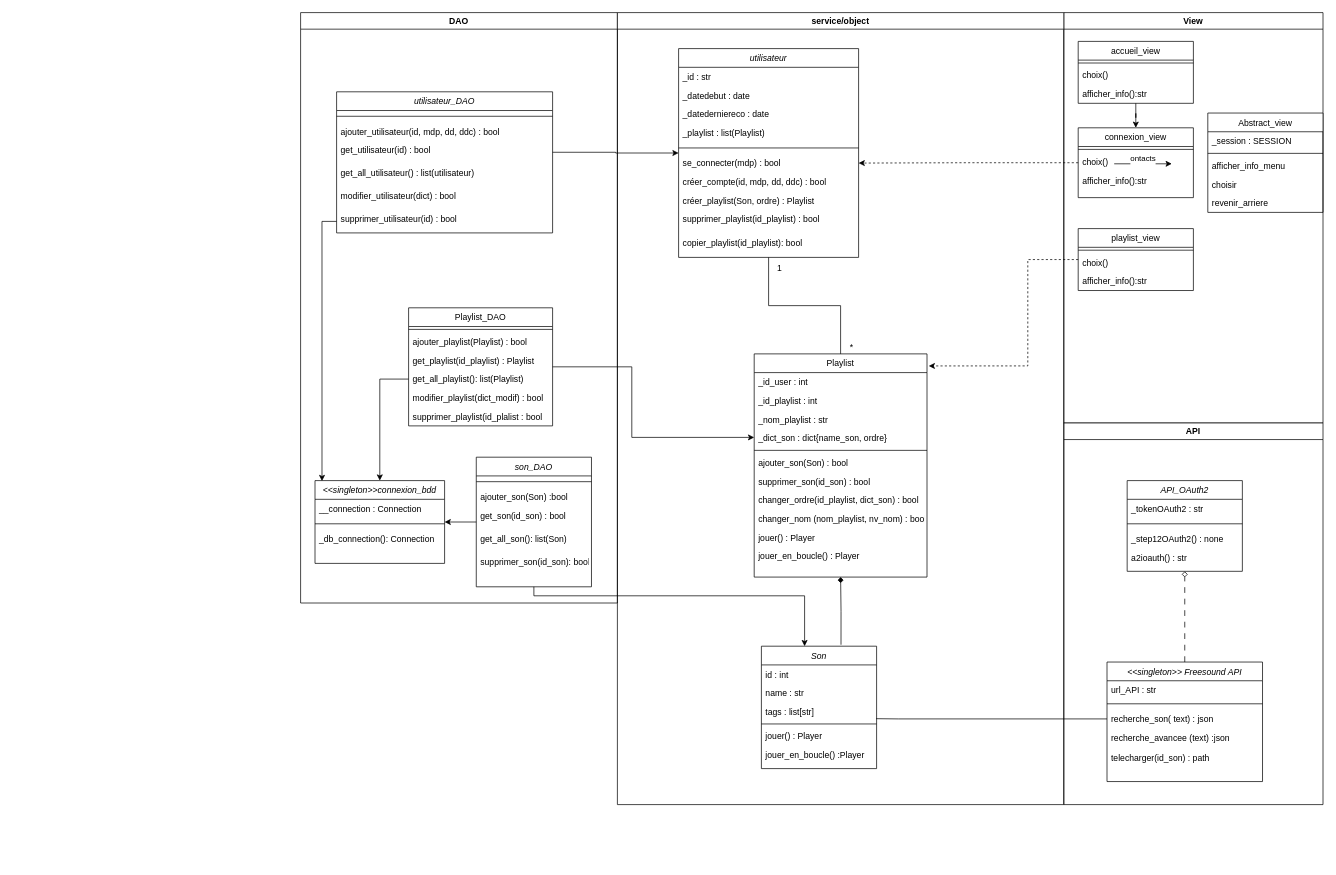
Above: doc/modelisation/Le_diag_classe.drawio in PepitoTSO/Projet-INFO-ENSAI-2A-Gr14 (draw.io), before the change. Source tidied: cells renumbered, new cells numbered last; positions are measured from the earlier drawing's top-left corner, leaving out a move shared by most shapes. Both pictures are drawn from the tidied source at 72%, with x=0, y=0 at pixel (300, 12).
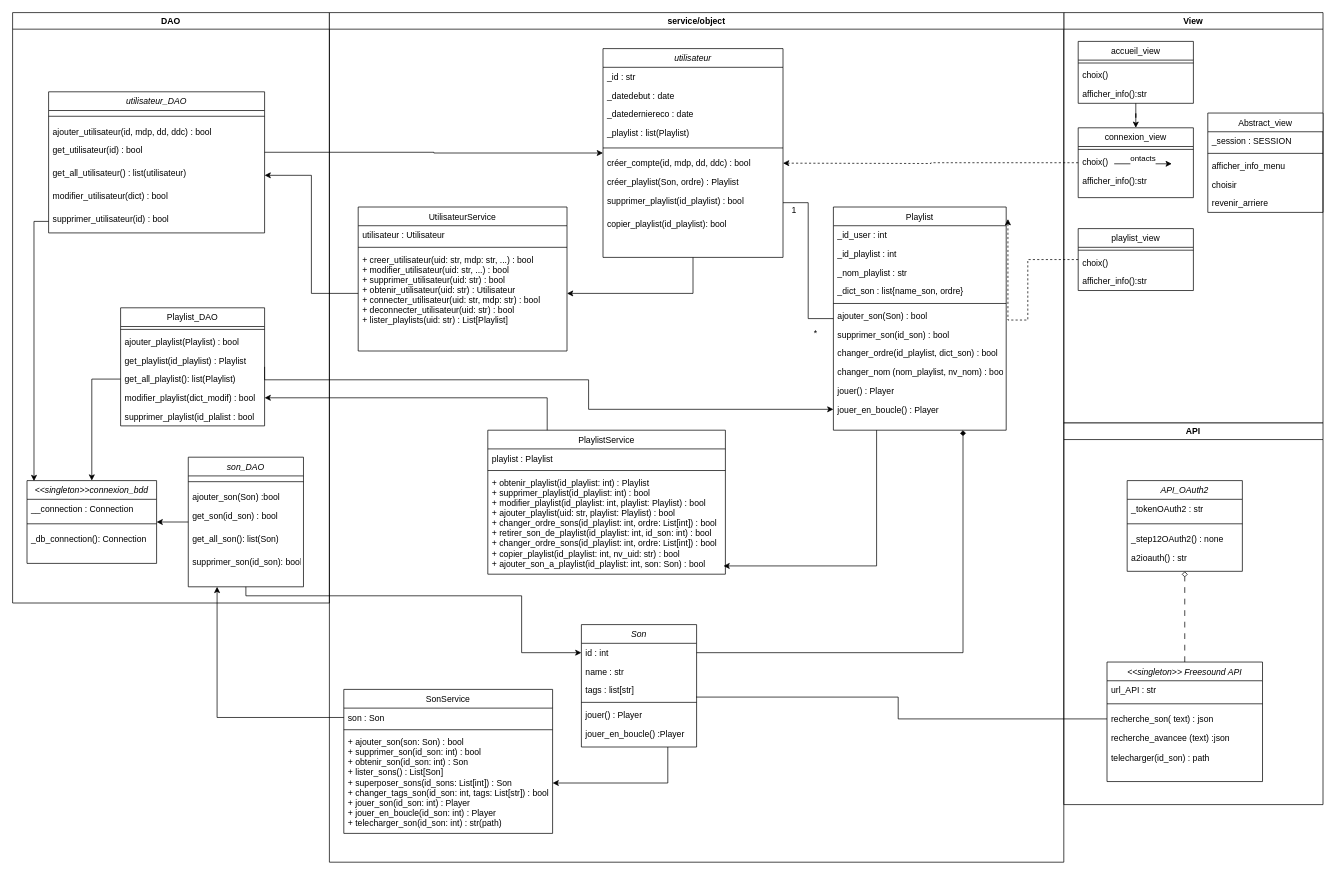
After the change.

The change refers to these unchanged cells:
```xml
<mxCell id="14" value="connexion_view" style="swimlane;fontStyle=0;align=center;verticalAlign=top;horizontal=1;startSize=26;rounded=0;shadow=0;strokeWidth=1;" parent="2" vertex="1">
  <mxGeometry x="20" y="160" width="160" height="97" as="geometry" />
</mxCell>
<mxCell id="18" value="playlist_view" style="swimlane;fontStyle=0;align=center;verticalAlign=top;horizontal=1;startSize=26;rounded=0;shadow=0;strokeWidth=1;" parent="2" vertex="1">
  <mxGeometry x="20" y="300" width="160" height="86" as="geometry" />
</mxCell>
<mxCell id="44" value="get_all_utilisateur() : list(utilisateur)" style="text;align=left;verticalAlign=top;spacingLeft=4;spacingRight=4;overflow=hidden;points=[[0,0.5],[1,0.5]];portConstraint=eastwest;" parent="40" vertex="1">
  <mxGeometry y="100" width="300" height="32" as="geometry" />
</mxCell>
<mxCell id="48" value="son_DAO" style="swimlane;fontStyle=2;align=center;verticalAlign=top;horizontal=1;startSize=26;rounded=0;shadow=0;strokeWidth=1;" parent="35" vertex="1">
  <mxGeometry x="244" y="617.5" width="160" height="180" as="geometry" />
</mxCell>
<mxCell id="54" value="Playlist_DAO" style="swimlane;fontStyle=0;align=center;verticalAlign=top;horizontal=1;startSize=26;rounded=0;shadow=0;strokeWidth=1;" parent="35" vertex="1">
  <mxGeometry x="150" y="410" width="200" height="164" as="geometry" />
</mxCell>
<mxCell id="59" value="modifier_playlist(dict_modif) : bool" style="text;align=left;verticalAlign=top;spacingLeft=4;spacingRight=4;overflow=hidden;points=[[0,0.5],[1,0.5]];portConstraint=eastwest;" parent="54" vertex="1">
  <mxGeometry y="112" width="200" height="26" as="geometry" />
</mxCell>
<mxCell id="65" value="id : int" style="text;align=left;verticalAlign=top;spacingLeft=4;spacingRight=4;overflow=hidden;points=[[0,0.5],[1,0.5]];portConstraint=eastwest;rounded=0;shadow=0;html=0;" parent="64" vertex="1">
  <mxGeometry y="26" width="160" height="26" as="geometry" />
</mxCell>
<mxCell id="83" value="jouer_en_boucle() : Player" style="text;align=left;verticalAlign=top;spacingLeft=4;spacingRight=4;overflow=hidden;points=[[0,0.5],[1,0.5]];portConstraint=eastwest;" parent="72" vertex="1">
  <mxGeometry y="268" width="240" height="26" as="geometry" />
</mxCell>
```

The edit, as a diff of the source:
```diff
@@
     <mxCell id="35" value="DAO" style="swimlane;whiteSpace=wrap;html=1;" parent="1" vertex="1">
-      <mxGeometry width="440" height="820" as="geometry" />
+      <mxGeometry x="-400" width="440" height="820" as="geometry" />
     </mxCell>
@@
     <mxCell id="63" value="service/object" style="swimlane;whiteSpace=wrap;html=1;" parent="1" vertex="1">
-      <mxGeometry x="440" width="620" height="1100" as="geometry" />
+      <mxGeometry x="40" width="1020" height="1180" as="geometry" />
     </mxCell>
     <mxCell id="64" value="Son" style="swimlane;fontStyle=2;align=center;verticalAlign=top;horizontal=1;startSize=26;rounded=0;shadow=0;strokeWidth=1;" parent="63" vertex="1">
-      <mxGeometry x="200" y="880" width="160" height="170" as="geometry" />
+      <mxGeometry x="350" y="850" width="160" height="170" as="geometry" />
     </mxCell>
@@
-    <mxCell id="71" style="edgeStyle=orthogonalEdgeStyle;rounded=0;jettySize=auto;html=1;endArrow=diamond;endFill=1;exitX=0.691;exitY=-0.012;exitDx=0;exitDy=0;exitPerimeter=0;" parent="63" edge="1" source="64" target="72">
-      <mxGeometry relative="1" as="geometry" />
+    <mxCell id="71" style="edgeStyle=orthogonalEdgeStyle;rounded=0;jettySize=auto;html=1;endArrow=diamond;endFill=1;exitX=1;exitY=0.5;exitDx=0;exitDy=0;entryX=0.75;entryY=1;entryDx=0;entryDy=0;" parent="63" edge="1" source="65" target="72">
+      <mxGeometry relative="1" as="geometry">
+        <Array as="points">
+          <mxPoint x="880" y="889" />
+        </Array>
+      </mxGeometry>
     </mxCell>
     <mxCell id="72" value="Playlist" style="swimlane;fontStyle=0;align=center;verticalAlign=top;horizontal=1;startSize=26;rounded=0;shadow=0;strokeWidth=1;" parent="63" vertex="1">
-      <mxGeometry x="190" y="474" width="240" height="310" as="geometry" />
+      <mxGeometry x="700" y="270" width="240" height="310" as="geometry" />
     </mxCell>
@@
-    <mxCell id="76" value="_dict_son : dict{name_son, ordre}" style="text;align=left;verticalAlign=top;spacingLeft=4;spacingRight=4;overflow=hidden;" parent="72" vertex="1">
+    <mxCell id="76" value="_dict_son : list{name_son, ordre}" style="text;align=left;verticalAlign=top;spacingLeft=4;spacingRight=4;overflow=hidden;" parent="72" vertex="1">
       <mxGeometry y="104" width="240" height="26" as="geometry" />
     </mxCell>
@@
     <mxCell id="84" value="utilisateur" style="swimlane;fontStyle=2;align=center;verticalAlign=top;horizontal=1;startSize=26;rounded=0;shadow=0;strokeWidth=1;" parent="63" vertex="1">
-      <mxGeometry x="85" y="50" width="250" height="290" as="geometry" />
+      <mxGeometry x="380" y="50" width="250" height="290" as="geometry" />
     </mxCell>
@@
-    <mxCell id="90" value="se_connecter(mdp) : bool" style="text;align=left;verticalAlign=top;spacingLeft=4;spacingRight=4;overflow=hidden;points=[[0,0.5],[1,0.5]];portConstraint=eastwest;rounded=0;shadow=0;html=0;" parent="84" vertex="1">
-      <mxGeometry y="146" width="250" height="26" as="geometry" />
-    </mxCell>
     <mxCell id="91" value="créer_compte(id, mdp, dd, ddc) : bool" style="text;align=left;verticalAlign=top;spacingLeft=4;spacingRight=4;overflow=hidden;rounded=0;shadow=0;html=0;" parent="84" vertex="1">
-      <mxGeometry y="172" width="250" height="26" as="geometry" />
+      <mxGeometry y="146" width="250" height="26" as="geometry" />
     </mxCell>
     <mxCell id="92" value="créer_playlist(Son, ordre) : Playlist" style="text;align=left;verticalAlign=top;spacingLeft=4;spacingRight=4;overflow=hidden;rounded=0;shadow=0;html=0;" parent="84" vertex="1">
-      <mxGeometry y="198" width="250" height="26" as="geometry" />
+      <mxGeometry y="172" width="250" height="26" as="geometry" />
     </mxCell>
     <mxCell id="93" value="supprimer_playlist(id_playlist) : bool" style="text;align=left;verticalAlign=top;spacingLeft=4;spacingRight=4;overflow=hidden;points=[[0,0.5],[1,0.5]];portConstraint=eastwest;" parent="84" vertex="1">
-      <mxGeometry y="224" width="250" height="32" as="geometry" />
+      <mxGeometry y="198" width="250" height="32" as="geometry" />
     </mxCell>
     <mxCell id="94" value="copier_playlist(id_playlist): bool" style="text;align=left;verticalAlign=top;spacingLeft=4;spacingRight=4;overflow=hidden;" parent="84" vertex="1">
-      <mxGeometry y="256" width="250" height="26" as="geometry" />
+      <mxGeometry y="230" width="250" height="26" as="geometry" />
     </mxCell>
-    <mxCell id="95" style="edgeStyle=orthogonalEdgeStyle;rounded=0;jettySize=auto;html=1;endArrow=none;endFill=0;" parent="63" edge="1" source="84" target="72">
+    <mxCell id="95" style="edgeStyle=orthogonalEdgeStyle;rounded=0;jettySize=auto;html=1;endArrow=none;endFill=0;exitX=1;exitY=0.5;exitDx=0;exitDy=0;" parent="63" edge="1" source="93" target="72">
       <mxGeometry relative="1" as="geometry" />
     </mxCell>
     <mxCell id="96" value="1" style="text;html=1;align=center;verticalAlign=middle;strokeColor=none;fillColor=none;" parent="63" vertex="1">
-      <mxGeometry x="210" y="340" width="30" height="30" as="geometry" />
+      <mxGeometry x="630" y="260" width="30" height="30" as="geometry" />
     </mxCell>
     <mxCell id="97" value="*" style="text;html=1;align=center;verticalAlign=middle;strokeColor=none;fillColor=none;" parent="63" vertex="1">
-      <mxGeometry x="310" y="450" width="30" height="30" as="geometry" />
+      <mxGeometry x="660" y="430" width="30" height="30" as="geometry" />
     </mxCell>
+    <mxCell id="105" value="PlaylistService" style="swimlane;fontStyle=0;align=center;verticalAlign=top;horizontal=1;startSize=26;rounded=0;shadow=0;strokeWidth=1;" parent="63" vertex="1">
+      <mxGeometry x="220" y="580" width="330" height="200" as="geometry" />
+    </mxCell>
+    <mxCell id="106" value="playlist : Playlist" style="text;align=left;verticalAlign=top;spacingLeft=4;spacingRight=4;overflow=hidden;" parent="105" vertex="1">
+      <mxGeometry y="26" width="330" height="26" as="geometry" />
+    </mxCell>
+    <mxCell id="107" style="line;html=1;strokeWidth=1;align=left;verticalAlign=middle;spacingTop=-1;spacingLeft=3;spacingRight=3;labelPosition=right;" parent="105" vertex="1">
+      <mxGeometry y="52" width="330" height="8" as="geometry" />
+    </mxCell>
+    <mxCell id="108" value="+ obtenir_playlist(id_playlist: int) : Playlist&#10;+ supprimer_playlist(id_playlist: int) : bool&#10;+ modifier_playlist(id_playlist: int, playlist: Playlist) : bool&#10;+ ajouter_playlist(uid: str, playlist: Playlist) : bool&#10;+ changer_ordre_sons(id_playlist: int, ordre: List[int]) : bool&#10;+ retirer_son_de_playlist(id_playlist: int, id_son: int) : bool&#10;+ changer_ordre_sons(id_playlist: int, ordre: List[int]) : bool&#10;+ copier_playlist(id_playlist: int, nv_uid: str) : bool&#10;+ ajouter_son_a_playlist(id_playlist: int, son: Son) : bool&#10;&#10;" style="text;align=left;verticalAlign=top;spacingLeft=4;spacingRight=4;overflow=hidden;points=[[0,0.5],[1,0.5]];portConstraint=eastwest;" parent="105" vertex="1">
+      <mxGeometry y="60" width="330" height="140" as="geometry" />
+    </mxCell>
+    <mxCell id="109" style="edgeStyle=orthogonalEdgeStyle;rounded=0;jettySize=auto;html=1;entryX=0.992;entryY=0.918;entryDx=0;entryDy=0;entryPerimeter=0;exitX=0.25;exitY=1;exitDx=0;exitDy=0;" parent="63" edge="1" source="72" target="108">
+      <mxGeometry relative="1" as="geometry" />
+    </mxCell>
+    <mxCell id="110" value="SonService" style="swimlane;fontStyle=0;align=center;verticalAlign=top;horizontal=1;startSize=26;rounded=0;shadow=0;strokeWidth=1;" parent="63" vertex="1">
+      <mxGeometry x="20" y="940" width="290" height="200" as="geometry" />
+    </mxCell>
+    <mxCell id="111" value="son : Son" style="text;align=left;verticalAlign=top;spacingLeft=4;spacingRight=4;overflow=hidden;points=[[0,0.5],[1,0.5]];portConstraint=eastwest;" parent="110" vertex="1">
+      <mxGeometry y="26" width="290" height="26" as="geometry" />
+    </mxCell>
+    <mxCell id="112" style="line;html=1;strokeWidth=1;align=left;verticalAlign=middle;spacingTop=-1;spacingLeft=3;spacingRight=3;labelPosition=right;" parent="110" vertex="1">
+      <mxGeometry y="52" width="290" height="8" as="geometry" />
+    </mxCell>
+    <mxCell id="113" value="+ ajouter_son(son: Son) : bool&#10;+ supprimer_son(id_son: int) : bool&#10;+ obtenir_son(id_son: int) : Son&#10;+ lister_sons() : List[Son]&#10;+ superposer_sons(id_sons: List[int]) : Son&#10;+ changer_tags_son(id_son: int, tags: List[str]) : bool&#10;+ jouer_son(id_son: int) : Player&#10;+ jouer_en_boucle(id_son: int) : Player&#10;+ telecharger_son(id_son: int) : str(path)&#10;   " style="text;align=left;verticalAlign=top;spacingLeft=4;spacingRight=4;overflow=hidden;points=[[0,0.5],[1,0.5]];portConstraint=eastwest;" parent="110" vertex="1">
+      <mxGeometry y="60" width="290" height="140" as="geometry" />
+    </mxCell>
+    <mxCell id="114" style="edgeStyle=orthogonalEdgeStyle;rounded=0;jettySize=auto;html=1;entryX=1;entryY=0.5;entryDx=0;entryDy=0;exitX=0.75;exitY=1;exitDx=0;exitDy=0;" parent="63" edge="1" source="64" target="113">
+      <mxGeometry relative="1" as="geometry" />
+    </mxCell>
+    <mxCell id="115" value="UtilisateurService" style="swimlane;fontStyle=0;align=center;verticalAlign=top;horizontal=1;startSize=26;rounded=0;shadow=0;strokeWidth=1;" parent="63" vertex="1">
+      <mxGeometry x="40" y="270" width="290" height="200" as="geometry" />
+    </mxCell>
+    <mxCell id="116" value="utilisateur : Utilisateur" style="text;align=left;verticalAlign=top;spacingLeft=4;spacingRight=4;overflow=hidden;" parent="115" vertex="1">
+      <mxGeometry y="26" width="290" height="26" as="geometry" />
+    </mxCell>
+    <mxCell id="117" style="line;html=1;strokeWidth=1;align=left;verticalAlign=middle;spacingTop=-1;spacingLeft=3;spacingRight=3;labelPosition=right;" parent="115" vertex="1">
+      <mxGeometry y="52" width="290" height="8" as="geometry" />
+    </mxCell>
+    <mxCell id="118" value="+ creer_utilisateur(uid: str, mdp: str, ...) : bool&#10;+ modifier_utilisateur(uid: str, ...) : bool&#10;+ supprimer_utilisateur(uid: str) : bool&#10;+ obtenir_utilisateur(uid: str) : Utilisateur&#10;+ connecter_utilisateur(uid: str, mdp: str) : bool&#10;+ deconnecter_utilisateur(uid: str) : bool&#10;+ lister_playlists(uid: str) : List[Playlist]" style="text;align=left;verticalAlign=top;spacingLeft=4;spacingRight=4;overflow=hidden;points=[[0,0.5],[1,0.5]];portConstraint=eastwest;" parent="115" vertex="1">
+      <mxGeometry y="60" width="290" height="120" as="geometry" />
+    </mxCell>
+    <mxCell id="119" style="edgeStyle=orthogonalEdgeStyle;rounded=0;jettySize=auto;html=1;exitX=0.5;exitY=1;exitDx=0;exitDy=0;entryX=1;entryY=0.5;entryDx=0;entryDy=0;" parent="63" edge="1" source="84" target="118">
+      <mxGeometry relative="1" as="geometry" />
+    </mxCell>
@@
-    <mxCell id="99" style="edgeStyle=orthogonalEdgeStyle;rounded=0;jettySize=auto;html=1;dashed=1;" parent="1" edge="1" source="14" target="90">
-      <mxGeometry relative="1" as="geometry" />
+    <mxCell id="99" style="edgeStyle=orthogonalEdgeStyle;rounded=0;jettySize=auto;html=1;dashed=1;" parent="1" edge="1" source="14">
+      <mxGeometry relative="1" as="geometry">
+        <mxPoint x="670" y="209.1" as="targetPoint" />
+      </mxGeometry>
     </mxCell>
-    <mxCell id="100" style="edgeStyle=orthogonalEdgeStyle;rounded=0;jettySize=auto;html=1;exitX=0.5;exitY=1;exitDx=0;exitDy=0;entryX=0.375;entryY=0;entryDx=0;entryDy=0;entryPerimeter=0;" parent="1" edge="1" source="48" target="64">
+    <mxCell id="100" style="edgeStyle=orthogonalEdgeStyle;rounded=0;jettySize=auto;html=1;exitX=0.5;exitY=1;exitDx=0;exitDy=0;entryX=0;entryY=0.5;entryDx=0;entryDy=0;" parent="1" edge="1" source="48" target="65">
       <mxGeometry relative="1" as="geometry">
         <Array as="points">
-          <mxPoint x="324" y="810" />
-          <mxPoint x="700" y="810" />
+          <mxPoint x="-76" y="810" />
+          <mxPoint x="307" y="810" />
+          <mxPoint x="307" y="889" />
         </Array>
       </mxGeometry>
     </mxCell>
-    <mxCell id="101" style="edgeStyle=orthogonalEdgeStyle;rounded=0;jettySize=auto;html=1;exitX=1;exitY=0.5;exitDx=0;exitDy=0;" parent="1" edge="1" source="54" target="72">
+    <mxCell id="101" style="edgeStyle=orthogonalEdgeStyle;rounded=0;jettySize=auto;html=1;exitX=1;exitY=0.5;exitDx=0;exitDy=0;entryX=0;entryY=0.5;entryDx=0;entryDy=0;" parent="1" edge="1" source="54" target="83">
       <mxGeometry relative="1" as="geometry">
         <Array as="points">
-          <mxPoint x="460" y="492" />
-          <mxPoint x="460" y="590" />
+          <mxPoint x="-50" y="510" />
+          <mxPoint x="400" y="510" />
+          <mxPoint x="400" y="551" />
         </Array>
       </mxGeometry>
     </mxCell>
@@
     <mxCell id="103" style="edgeStyle=orthogonalEdgeStyle;rounded=0;jettySize=auto;html=1;dashed=1;entryX=1.01;entryY=0.054;entryDx=0;entryDy=0;entryPerimeter=0;" parent="1" edge="1" source="18" target="72">
       <mxGeometry relative="1" as="geometry">
         <Array as="points">
           <mxPoint x="1010" y="343" />
-          <mxPoint x="1010" y="491" />
+          <mxPoint x="1010" y="427" />
         </Array>
       </mxGeometry>
     </mxCell>
@@
+    <mxCell id="120" style="edgeStyle=orthogonalEdgeStyle;rounded=0;jettySize=auto;html=1;exitX=0.25;exitY=0;exitDx=0;exitDy=0;entryX=1;entryY=0.5;entryDx=0;entryDy=0;" parent="1" edge="1" source="105" target="59">
+      <mxGeometry relative="1" as="geometry" />
+    </mxCell>
+    <mxCell id="121" style="edgeStyle=orthogonalEdgeStyle;rounded=0;jettySize=auto;html=1;entryX=0.25;entryY=1;entryDx=0;entryDy=0;exitX=0;exitY=0.5;exitDx=0;exitDy=0;" parent="1" edge="1" source="111" target="48">
+      <mxGeometry relative="1" as="geometry" />
+    </mxCell>
+    <mxCell id="122" style="edgeStyle=orthogonalEdgeStyle;rounded=0;jettySize=auto;html=1;exitX=0;exitY=0.5;exitDx=0;exitDy=0;entryX=1;entryY=0.5;entryDx=0;entryDy=0;" parent="1" edge="1" source="118" target="44">
+      <mxGeometry relative="1" as="geometry" />
+    </mxCell>
```
